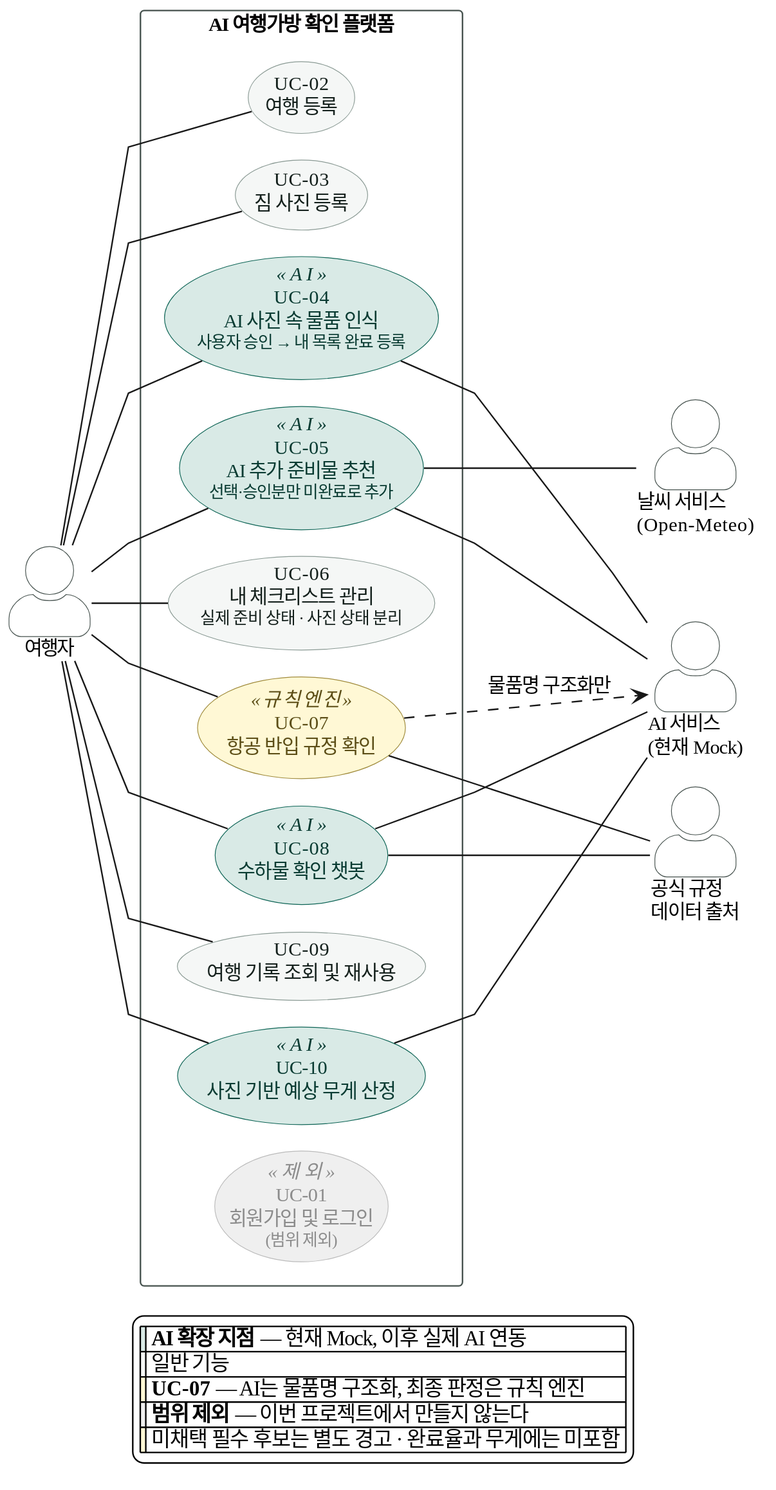
Earlier version of the PlantUML export docs/images/02-usecase.svg (SangMyeong5426/skala-mini-ai-web-service).
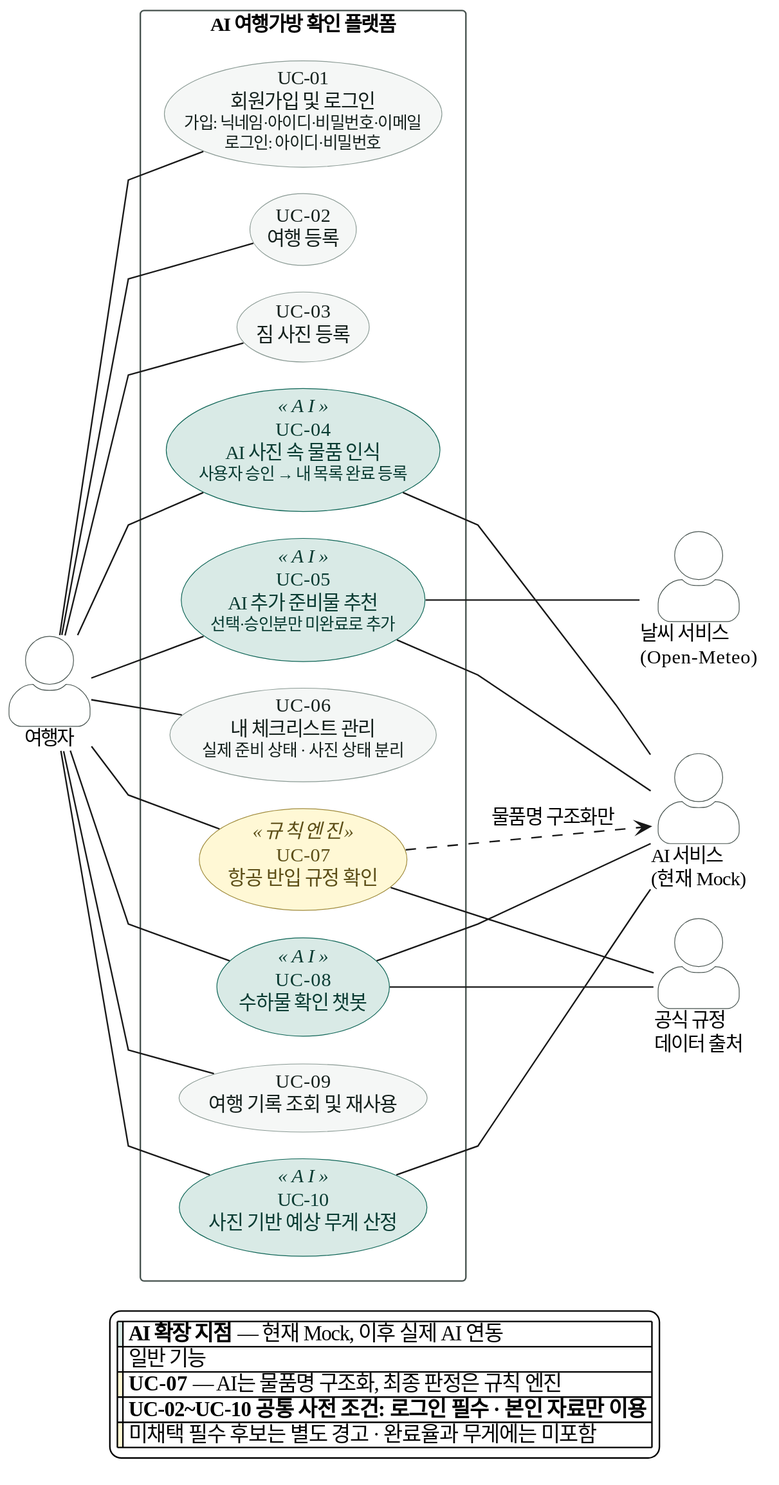
The same file after the commit.

The edit, as a diff of the source:
```diff
@@ -37,7 +37,7 @@
 actor "여행자" as TRAVELER
 
 rectangle "AI 여행가방 확인 플랫폼" {
-  usecase "UC-01\n회원가입 및 로그인\n<size:11>(범위 제외)</size>" as UC01 <<제외>>
+  usecase "UC-01\n회원가입 및 로그인\n<size:11>가입: 닉네임·아이디·비밀번호·이메일</size>\n<size:11>로그인: 아이디·비밀번호</size>" as UC01
   usecase "UC-02\n여행 등록" as UC02
   usecase "UC-03\n짐 사진 등록" as UC03
   usecase "UC-04\nAI 사진 속 물품 인식\n<size:11>사용자 승인 → 내 목록 완료 등록</size>" as UC04 <<AI>>
@@ -54,6 +54,7 @@
 actor "날씨 서비스\n(Open-Meteo)" as WEATHER
 actor "공식 규정\n데이터 출처" as RULES
 
+TRAVELER -- UC01
 TRAVELER -- UC02
 TRAVELER -- UC03
 TRAVELER -- UC04
@@ -77,7 +78,7 @@
   |<#D9EAE6>| **AI 확장 지점** — 현재 Mock, 이후 실제 AI 연동 |
   |<#F5F7F6>| 일반 기능 |
   |<#FFF8D5>| **UC-07** — AI는 물품명 구조화, 최종 판정은 규칙 엔진 |
-  |<#EFEFEF>| **범위 제외** — 이번 프로젝트에서 만들지 않는다 |
+  |<#F5F7F6>| **UC-02~UC-10 공통 사전 조건: 로그인 필수 · 본인 자료만 이용** |
   |<#FFF8D5>| 미채택 필수 후보는 별도 경고 · 완료율과 무게에는 미포함 |
 endlegend
 @enduml
```
